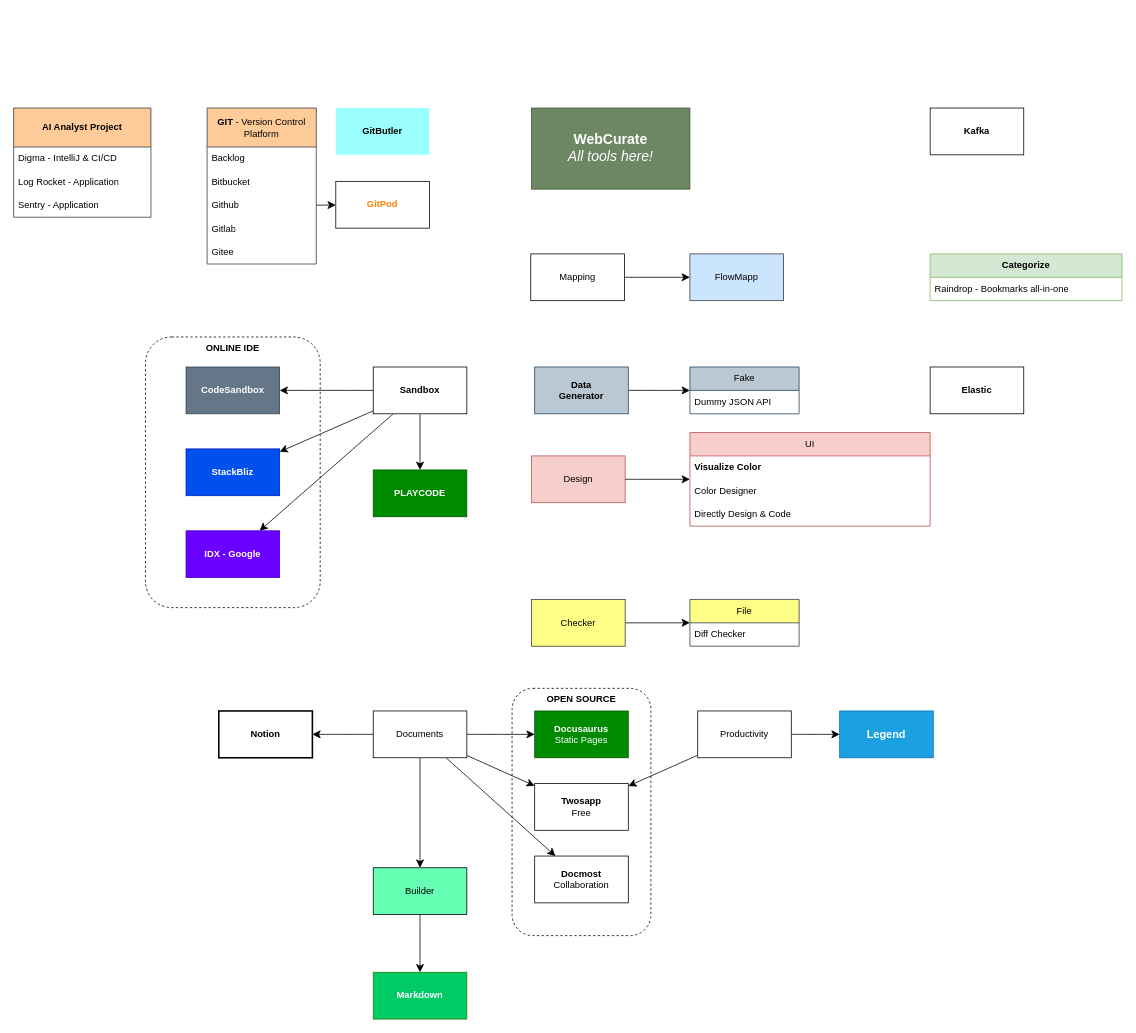
Earlier version of the draw.io diagram page "Tools" (2 of 5) of Link_Bookmarks.drawio (sunflynf/diagram-only). Source tidied: cells renumbered, new cells numbered last; positions are measured from the earlier drawing's top-left corner, leaving out a move shared by most shapes. Both pictures are drawn from the tidied source at 78%, with x=0, y=0 at pixel (13, 108).
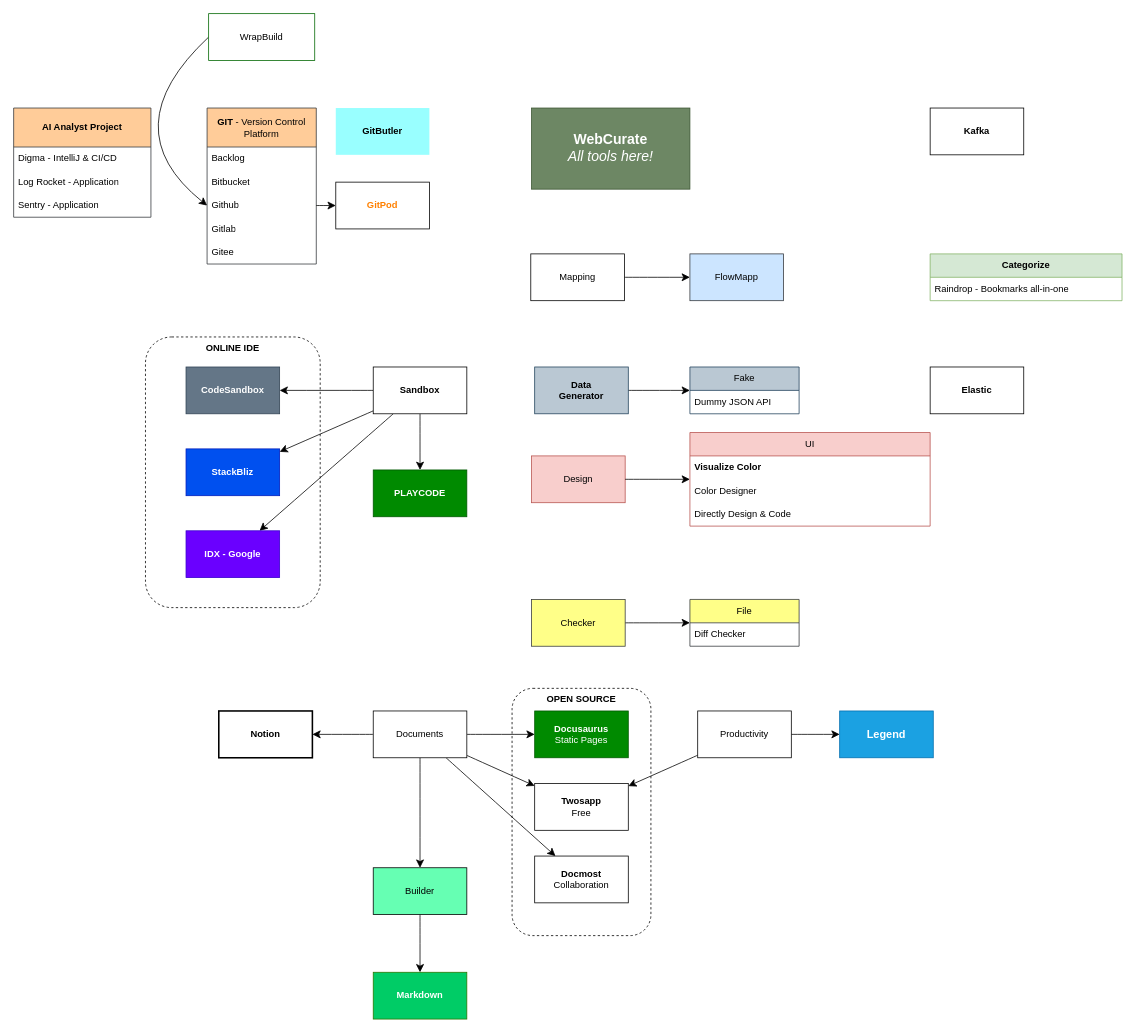
The same page after the edit.

Unchanged cells that the change refers to:
```xml
<mxCell id="53" value="Github" style="text;strokeColor=none;fillColor=none;align=left;verticalAlign=middle;spacingLeft=4;spacingRight=4;overflow=hidden;points=[[0,0.5],[1,0.5]];portConstraint=eastwest;whiteSpace=wrap;html=1;" parent="50" vertex="1">
  <mxGeometry y="110" width="140" height="30" as="geometry" />
</mxCell>
```

What changed in the source:
```diff
@@
     <mxCell id="56" value="GitPod" style="whiteSpace=wrap;html=1;fontStyle=1;fontColor=#FF8000;" parent="1" vertex="1">
-      <mxGeometry x="413" y="94" width="120" height="60" as="geometry" />
+      <mxGeometry x="413" y="95" width="120" height="60" as="geometry" />
     </mxCell>
-    <mxCell id="57" style="edgeStyle=none;curved=1;rounded=0;jettySize=auto;html=1;fontSize=12;startSize=8;endSize=8;" parent="1" edge="1" source="53" target="56">
+    <mxCell id="57" style="edgeStyle=none;curved=1;rounded=0;jettySize=auto;html=1;fontSize=12;startSize=8;endSize=8;exitX=1;exitY=0.5;exitDx=0;exitDy=0;" parent="1" edge="1" source="53" target="56">
       <mxGeometry relative="1" as="geometry" />
     </mxCell>
@@
+    <mxCell id="65" style="edgeStyle=none;curved=1;rounded=0;jettySize=auto;html=1;fontSize=12;startSize=8;endSize=8;entryX=0;entryY=0.5;entryDx=0;entryDy=0;exitX=0;exitY=0.5;exitDx=0;exitDy=0;" parent="1" edge="1" source="66" target="53">
+      <mxGeometry relative="1" as="geometry">
+        <Array as="points">
+          <mxPoint x="125" y="26" />
+        </Array>
+      </mxGeometry>
+    </mxCell>
+    <mxCell id="66" value="WrapBuild" style="whiteSpace=wrap;html=1;strokeColor=#006600;" parent="1" vertex="1">
+      <mxGeometry x="250" y="-121" width="136" height="60" as="geometry" />
+    </mxCell>
```
